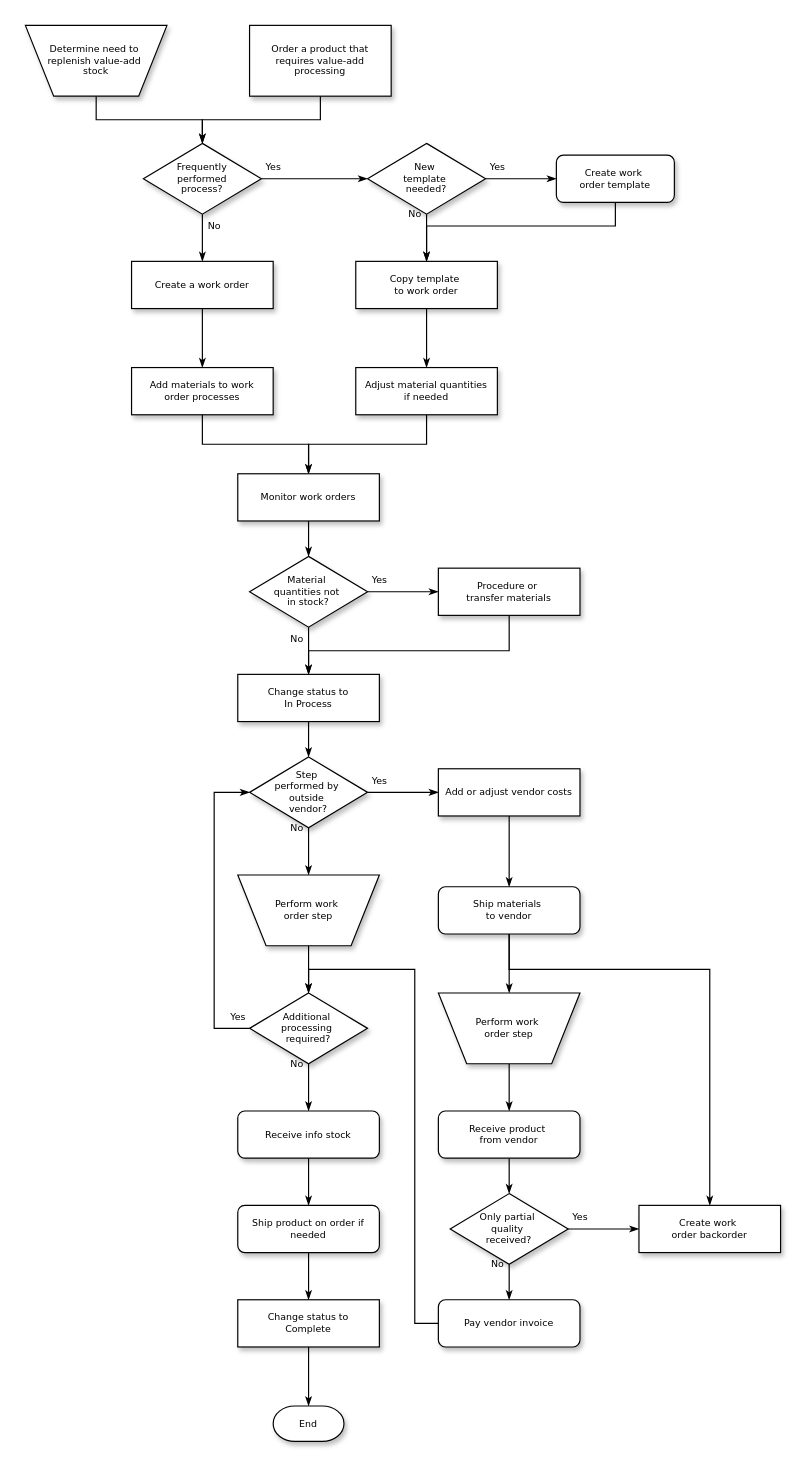
Juliusz-Stefanski/Recruitment-game keeps this draw.io diagram as Untitled Diagram.drawio. Above is the earlier version. Source tidied: cells renumbered, new cells numbered last; positions are measured from the earlier drawing's top-left corner, leaving out a move shared by most shapes. Both pictures are drawn from the tidied source at 118%, with x=0, y=0 at pixel (25, 25).
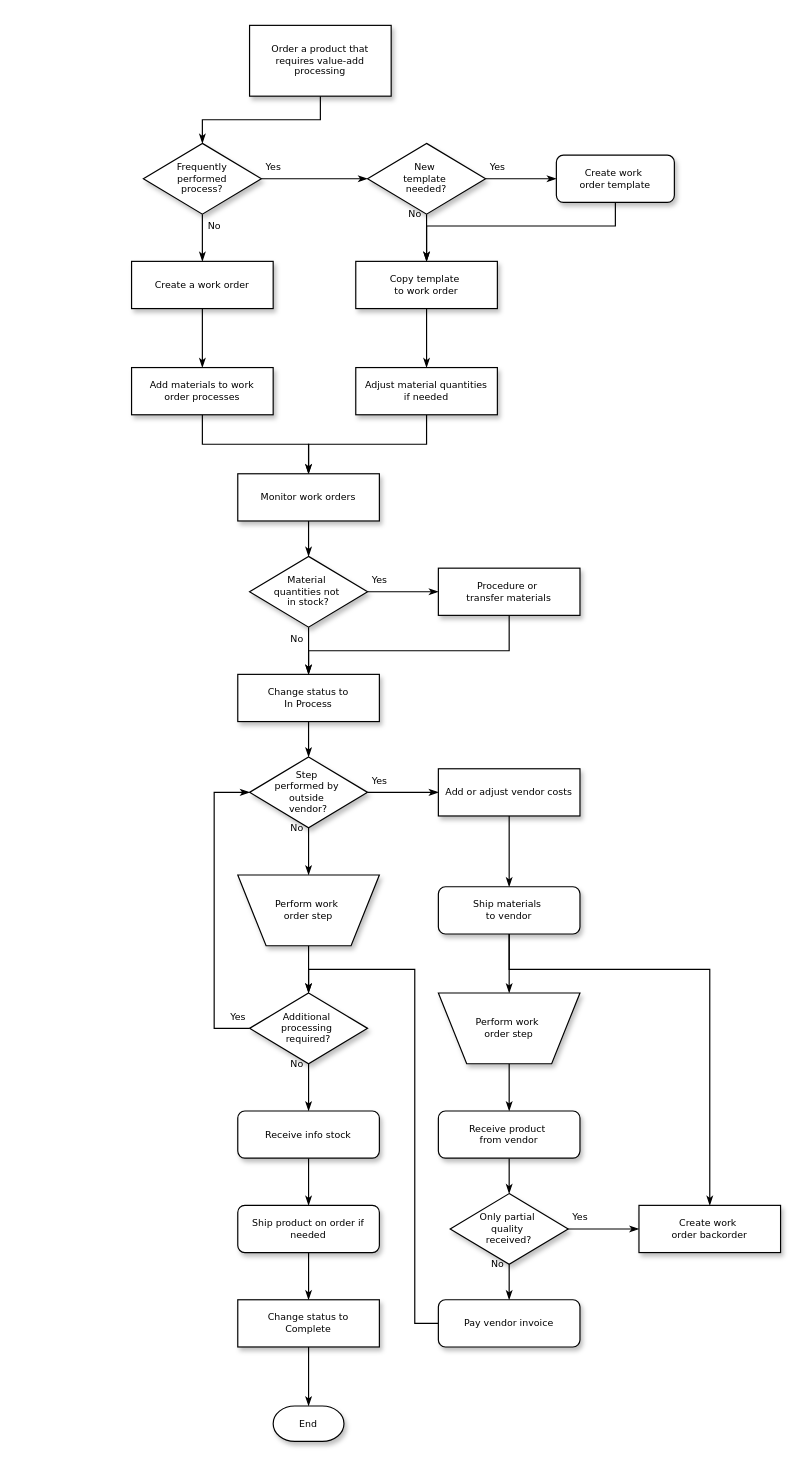
The same page after the edit.

Unchanged cells that the change refers to:
```xml
<mxCell id="8" value="Frequently&lt;div&gt;performed&lt;/div&gt;&lt;div&gt;process?&lt;/div&gt;" style="rhombus;whiteSpace=wrap;html=1;rounded=0;shadow=1;labelBackgroundColor=none;strokeWidth=1;fontFamily=Verdana;fontSize=8;align=center;" parent="1" vertex="1">
  <mxGeometry x="100" y="100" width="100" height="60" as="geometry" />
</mxCell>
```

Change to the diagram source:
```diff
@@
-    <mxCell id="2" style="edgeStyle=orthogonalEdgeStyle;rounded=0;html=1;labelBackgroundColor=none;startSize=5;endArrow=classicThin;endFill=1;endSize=5;jettySize=auto;strokeWidth=1;fontFamily=Verdana;fontSize=8;" parent="1" edge="1" source="3" target="8">
-      <mxGeometry relative="1" as="geometry" />
-    </mxCell>
-    <mxCell id="3" value="Determine need to&amp;nbsp;&lt;div&gt;replenish value-add&amp;nbsp;&lt;/div&gt;&lt;div&gt;stock&lt;/div&gt;" style="shape=trapezoid;whiteSpace=wrap;html=1;rounded=0;shadow=1;labelBackgroundColor=none;strokeWidth=1;fontFamily=Verdana;fontSize=8;align=center;flipV=1;" parent="1" vertex="1">
-      <mxGeometry width="120" height="60" as="geometry" />
-    </mxCell>
```
